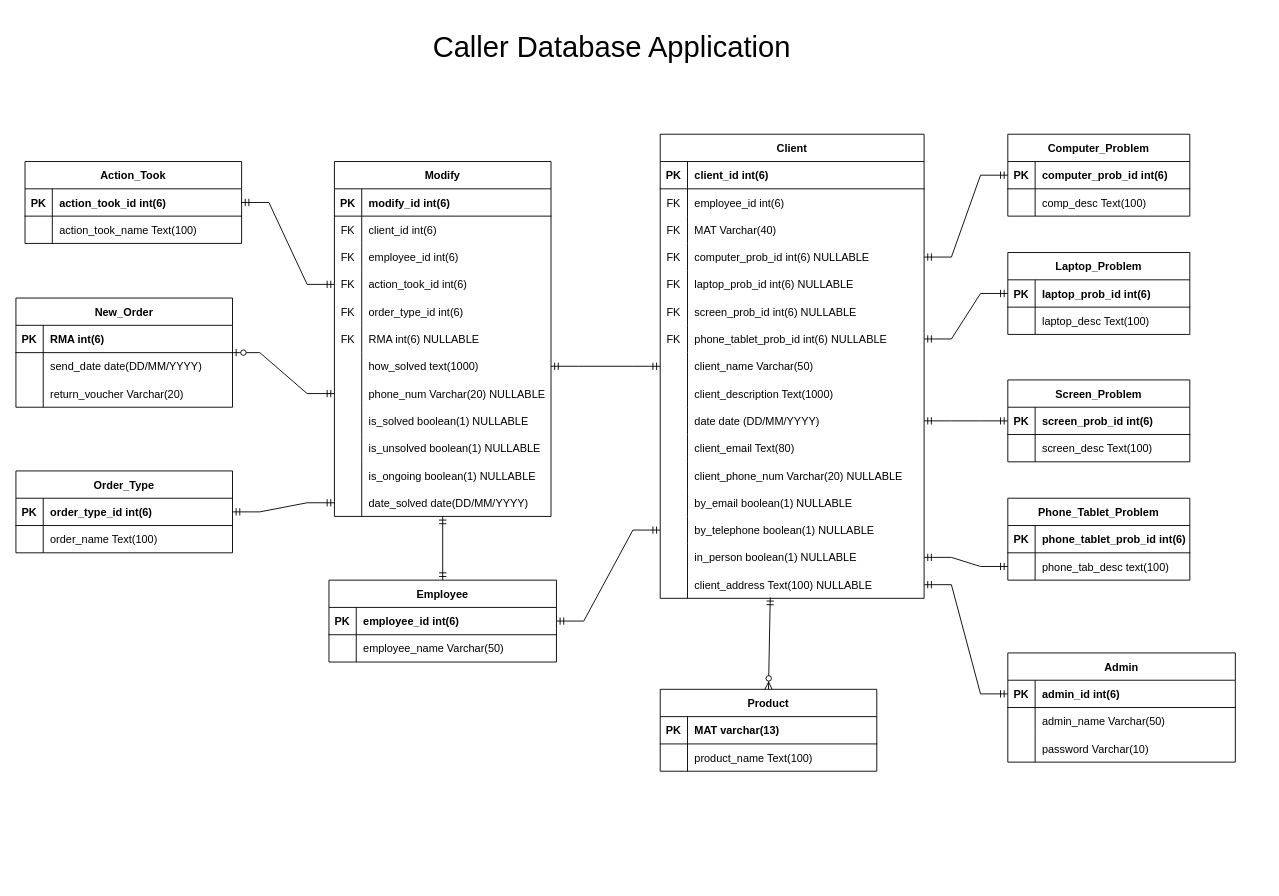
This is deliverable 6/Del6ERD.drawio from D3153/SystemDevTermProject, a draw.io file, before an edit. Source tidied: cells renumbered, new cells numbered last; positions are measured from the earlier drawing's top-left corner, leaving out a move shared by most shapes. Both pictures are drawn from the tidied source at 91%, with x=0, y=0 at pixel (15, 15).
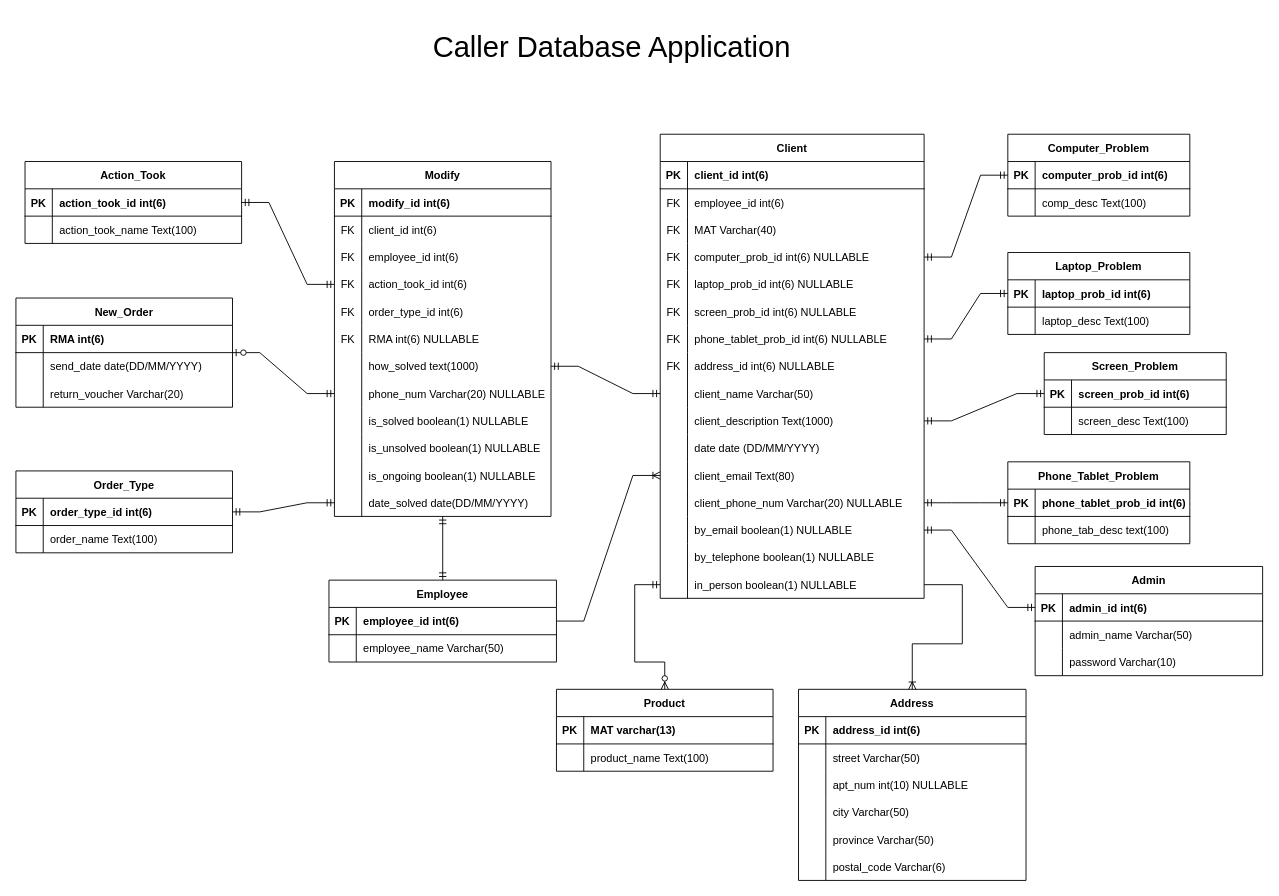
The same diagram, later.

Commit message (it also covers changes not shown here):
Updated del 6 doc and ERD

Unchanged cells that the change refers to:
```xml
<mxCell id="2" value="Client" style="shape=table;startSize=30;childLayout=tableLayout;rowLines=0;fontStyle=1;align=center;" parent="1" vertex="1">
  <mxGeometry x="708" y="130" width="290" height="510" as="geometry" />
</mxCell>
<mxCell id="52" style="shape=partialRectangle;fillColor=none;points=[[0,0.5],[1,0.5]];portConstraint=eastwest;top=0;left=0;right=0;bottom=1;" parent="51" vertex="1">
  <mxGeometry y="30" width="250" height="30" as="geometry" />
</mxCell>
<mxCell id="62" style="shape=partialRectangle;fillColor=none;points=[[0,0.5],[1,0.5]];portConstraint=eastwest;top=0;left=0;right=0;bottom=1;" parent="61" vertex="1">
  <mxGeometry y="30" width="250" height="30" as="geometry" />
</mxCell>
<mxCell id="83" style="shape=partialRectangle;fillColor=none;points=[[0,0.5],[1,0.5]];portConstraint=eastwest;top=0;left=0;right=0;bottom=1;" parent="82" vertex="1">
  <mxGeometry y="30" width="200" height="30" as="geometry" />
</mxCell>
<mxCell id="90" style="shape=partialRectangle;fillColor=none;points=[[0,0.5],[1,0.5]];portConstraint=eastwest;top=0;left=0;right=0;bottom=1;" parent="89" vertex="1">
  <mxGeometry y="30" width="200" height="30" as="geometry" />
</mxCell>
<mxCell id="93" style="shape=partialRectangle;fillColor=none;points=[[0,0.5],[1,0.5]];portConstraint=eastwest;top=0;left=0;right=0;bottom=0;" parent="89" vertex="1">
  <mxGeometry y="60" width="200" height="30" as="geometry" />
</mxCell>
```

The edit, as a diff of the source:
```diff
@@
+    <mxCell id="48" style="shape=partialRectangle;fillColor=none;points=[[0,0.5],[1,0.5]];portConstraint=eastwest;top=0;left=0;right=0;bottom=0;" parent="2" vertex="1">
+      <mxGeometry y="240" width="290" height="30" as="geometry" />
+    </mxCell>
+    <mxCell id="49" value="FK" style="shape=partialRectangle;overflow=hidden;fillColor=none;top=0;left=0;bottom=0;right=0;" parent="48" vertex="1">
+      <mxGeometry width="30" height="30" as="geometry" />
+    </mxCell>
+    <mxCell id="50" value="address_id int(6) NULLABLE" style="shape=partialRectangle;overflow=hidden;fillColor=none;top=0;left=0;bottom=0;right=0;align=left;spacingLeft=6;" parent="48" vertex="1">
+      <mxGeometry x="30" width="260" height="30" as="geometry" />
+    </mxCell>
     <mxCell id="24" style="shape=partialRectangle;fillColor=none;points=[[0,0.5],[1,0.5]];portConstraint=eastwest;top=0;left=0;right=0;bottom=0;" parent="2" vertex="1">
-      <mxGeometry y="240" width="290" height="30" as="geometry" />
+      <mxGeometry y="270" width="290" height="30" as="geometry" />
     </mxCell>
@@
     <mxCell id="27" style="shape=partialRectangle;fillColor=none;points=[[0,0.5],[1,0.5]];portConstraint=eastwest;top=0;left=0;right=0;bottom=0;" parent="2" vertex="1">
-      <mxGeometry y="270" width="290" height="30" as="geometry" />
+      <mxGeometry y="300" width="290" height="30" as="geometry" />
     </mxCell>
@@
     <mxCell id="30" style="shape=partialRectangle;fillColor=none;points=[[0,0.5],[1,0.5]];portConstraint=eastwest;top=0;left=0;right=0;bottom=0;" parent="2" vertex="1">
-      <mxGeometry y="300" width="290" height="30" as="geometry" />
+      <mxGeometry y="330" width="290" height="30" as="geometry" />
     </mxCell>
@@
     <mxCell id="33" style="shape=partialRectangle;fillColor=none;points=[[0,0.5],[1,0.5]];portConstraint=eastwest;top=0;left=0;right=0;bottom=0;" parent="2" vertex="1">
-      <mxGeometry y="330" width="290" height="30" as="geometry" />
+      <mxGeometry y="360" width="290" height="30" as="geometry" />
     </mxCell>
@@
     <mxCell id="36" style="shape=partialRectangle;fillColor=none;points=[[0,0.5],[1,0.5]];portConstraint=eastwest;top=0;left=0;right=0;bottom=0;" parent="2" vertex="1">
-      <mxGeometry y="360" width="290" height="30" as="geometry" />
+      <mxGeometry y="390" width="290" height="30" as="geometry" />
     </mxCell>
@@
     <mxCell id="39" style="shape=tableRow;horizontal=0;startSize=0;swimlaneHead=0;swimlaneBody=0;fillColor=none;points=[[0,0.5],[1,0.5]];portConstraint=eastwest;top=0;left=0;right=0;bottom=0;" parent="2" vertex="1">
-      <mxGeometry y="390" width="290" height="30" as="geometry" />
+      <mxGeometry y="420" width="290" height="30" as="geometry" />
     </mxCell>
@@
     <mxCell id="42" style="shape=tableRow;horizontal=0;startSize=0;swimlaneHead=0;swimlaneBody=0;fillColor=none;points=[[0,0.5],[1,0.5]];portConstraint=eastwest;top=0;left=0;right=0;bottom=0;" parent="2" vertex="1">
-      <mxGeometry y="420" width="290" height="30" as="geometry" />
+      <mxGeometry y="450" width="290" height="30" as="geometry" />
     </mxCell>
@@
     <mxCell id="45" style="shape=partialRectangle;fillColor=none;points=[[0,0.5],[1,0.5]];portConstraint=eastwest;top=0;left=0;right=0;bottom=0;" parent="2" vertex="1">
-      <mxGeometry y="450" width="290" height="30" as="geometry" />
+      <mxGeometry y="480" width="290" height="30" as="geometry" />
     </mxCell>
@@
-    <mxCell id="48" style="shape=partialRectangle;fillColor=none;points=[[0,0.5],[1,0.5]];portConstraint=eastwest;top=0;left=0;right=0;bottom=0;" parent="2" vertex="1">
-      <mxGeometry y="480" width="290" height="30" as="geometry" />
-    </mxCell>
-    <mxCell id="49" style="shape=partialRectangle;overflow=hidden;fillColor=none;top=0;left=0;bottom=0;right=0;" parent="48" vertex="1">
-      <mxGeometry width="30" height="30" as="geometry" />
-    </mxCell>
-    <mxCell id="50" value="client_address Text(100) NULLABLE" style="shape=partialRectangle;overflow=hidden;fillColor=none;top=0;left=0;bottom=0;right=0;align=left;spacingLeft=6;" parent="48" vertex="1">
-      <mxGeometry x="30" width="260" height="30" as="geometry" />
-    </mxCell>
     <mxCell id="51" value="Admin" style="shape=table;startSize=30;childLayout=tableLayout;rowLines=0;fontStyle=1;align=center;" parent="1" vertex="1">
-      <mxGeometry x="1090" y="700" width="250" height="120" as="geometry" />
+      <mxGeometry x="1120" y="605" width="250" height="120" as="geometry" />
     </mxCell>
@@
     <mxCell id="82" value="Screen_Problem" style="shape=table;startSize=30;childLayout=tableLayout;rowLines=0;fontStyle=1;align=center;" parent="1" vertex="1">
-      <mxGeometry x="1090" y="400" width="200" height="90" as="geometry" />
+      <mxGeometry x="1130" y="370" width="200" height="90" as="geometry" />
     </mxCell>
@@
     <mxCell id="89" value="Phone_Tablet_Problem" style="shape=table;startSize=30;childLayout=tableLayout;rowLines=0;fontStyle=1;align=center;" parent="1" vertex="1">
-      <mxGeometry x="1090" y="530" width="200" height="90" as="geometry" />
+      <mxGeometry x="1090" y="490" width="200" height="90" as="geometry" />
     </mxCell>
@@
     <mxCell id="110" value="Product" style="shape=table;startSize=30;childLayout=tableLayout;rowLines=0;fontStyle=1;align=center;" parent="1" vertex="1">
-      <mxGeometry x="708" y="740" width="238" height="90" as="geometry" />
+      <mxGeometry x="594" y="740" width="238" height="90" as="geometry" />
     </mxCell>
@@
-    <mxCell id="168" style="fontSize=12;html=1;endArrow=ERzeroToMany;startArrow=ERmandOne;rounded=0;entryX=0.5;entryY=0;entryDx=0;entryDy=0;exitX=0.417;exitY=0.967;exitDx=0;exitDy=0;exitPerimeter=0;" parent="1" edge="1" source="48" target="110">
-      <mxGeometry relative="1" as="geometry" />
+    <mxCell id="168" style="fontSize=12;html=1;endArrow=ERzeroToMany;startArrow=ERmandOne;rounded=0;entryX=0.5;entryY=0;entryDx=0;entryDy=0;edgeStyle=orthogonalEdgeStyle;exitX=0;exitY=0.5;exitDx=0;exitDy=0;" parent="1" edge="1" source="45" target="110">
+      <mxGeometry relative="1" as="geometry">
+        <Array as="points">
+          <mxPoint x="680" y="625" />
+          <mxPoint x="680" y="710" />
+          <mxPoint x="713" y="710" />
+        </Array>
+      </mxGeometry>
     </mxCell>
@@
-    <mxCell id="171" style="edgeStyle=entityRelationEdgeStyle;fontSize=12;html=1;endArrow=ERmandOne;startArrow=ERmandOne;rounded=0;entryX=1;entryY=0.5;entryDx=0;entryDy=0;exitX=0;exitY=0.5;exitDx=0;exitDy=0;" parent="1" edge="1" source="83" target="30">
+    <mxCell id="171" style="edgeStyle=entityRelationEdgeStyle;fontSize=12;html=1;endArrow=ERmandOne;startArrow=ERmandOne;rounded=0;entryX=1;entryY=0.5;entryDx=0;entryDy=0;exitX=0;exitY=0.5;exitDx=0;exitDy=0;" parent="1" edge="1" source="83" target="27">
       <mxGeometry relative="1" as="geometry" />
     </mxCell>
-    <mxCell id="172" style="edgeStyle=entityRelationEdgeStyle;fontSize=12;html=1;endArrow=ERmandOne;startArrow=ERmandOne;rounded=0;entryX=1;entryY=0.5;entryDx=0;entryDy=0;exitX=0;exitY=0.5;exitDx=0;exitDy=0;" parent="1" edge="1" source="93" target="45">
+    <mxCell id="172" style="edgeStyle=entityRelationEdgeStyle;fontSize=12;html=1;endArrow=ERmandOne;startArrow=ERmandOne;rounded=0;entryX=1;entryY=0.5;entryDx=0;entryDy=0;exitX=0;exitY=0.5;exitDx=0;exitDy=0;" parent="1" edge="1" source="90" target="36">
       <mxGeometry relative="1" as="geometry" />
     </mxCell>
@@
-    <mxCell id="174" style="edgeStyle=entityRelationEdgeStyle;fontSize=12;html=1;endArrow=ERmandOne;startArrow=ERmandOne;rounded=0;entryX=0;entryY=0.5;entryDx=0;entryDy=0;exitX=1;exitY=0.5;exitDx=0;exitDy=0;" parent="1" edge="1" source="62" target="42">
-      <mxGeometry relative="1" as="geometry" />
-    </mxCell>
@@
-    <mxCell id="176" style="edgeStyle=entityRelationEdgeStyle;fontSize=12;html=1;endArrow=ERmandOne;startArrow=ERmandOne;rounded=0;exitX=0;exitY=0.5;exitDx=0;exitDy=0;" parent="1" edge="1" source="52" target="48">
+    <mxCell id="176" style="edgeStyle=entityRelationEdgeStyle;fontSize=12;html=1;endArrow=ERmandOne;startArrow=ERmandOne;rounded=0;exitX=0;exitY=0.5;exitDx=0;exitDy=0;entryX=1;entryY=0.5;entryDx=0;entryDy=0;" parent="1" edge="1" source="52" target="39">
       <mxGeometry relative="1" as="geometry" />
     </mxCell>
+    <mxCell id="177" value="Address" style="shape=table;startSize=30;childLayout=tableLayout;rowLines=0;fontStyle=1;align=center;" parent="1" vertex="1">
+      <mxGeometry x="860" y="740" width="250" height="210" as="geometry" />
+    </mxCell>
+    <mxCell id="178" style="shape=partialRectangle;fillColor=none;top=0;left=0;right=0;bottom=1;" parent="177" vertex="1">
+      <mxGeometry y="30" width="250" height="30" as="geometry" />
+    </mxCell>
+    <mxCell id="179" value="PK" style="shape=partialRectangle;overflow=hidden;fillColor=none;top=0;left=0;bottom=0;right=0;fontStyle=1;" parent="178" vertex="1">
+      <mxGeometry width="30" height="30" as="geometry" />
+    </mxCell>
+    <mxCell id="180" value="address_id int(6)" style="shape=partialRectangle;overflow=hidden;fillColor=none;top=0;left=0;bottom=0;right=0;align=left;spacingLeft=6;fontStyle=1;" parent="178" vertex="1">
+      <mxGeometry x="30" width="220" height="30" as="geometry" />
+    </mxCell>
+    <mxCell id="181" style="shape=tableRow;horizontal=0;startSize=0;swimlaneHead=0;swimlaneBody=0;fillColor=none;top=0;left=0;right=0;bottom=0;" parent="177" vertex="1">
+      <mxGeometry y="60" width="250" height="30" as="geometry" />
+    </mxCell>
+    <mxCell id="182" style="shape=partialRectangle;fillColor=none;top=0;left=0;bottom=0;right=0;overflow=hidden;" parent="181" vertex="1">
+      <mxGeometry width="30" height="30" as="geometry" />
+    </mxCell>
+    <mxCell id="183" value="street Varchar(50)" style="shape=partialRectangle;fillColor=none;top=0;left=0;bottom=0;right=0;align=left;spacingLeft=6;overflow=hidden;" parent="181" vertex="1">
+      <mxGeometry x="30" width="220" height="30" as="geometry" />
+    </mxCell>
+    <mxCell id="184" style="shape=tableRow;horizontal=0;startSize=0;swimlaneHead=0;swimlaneBody=0;fillColor=none;top=0;left=0;right=0;bottom=0;" parent="177" vertex="1">
+      <mxGeometry y="90" width="250" height="30" as="geometry" />
+    </mxCell>
+    <mxCell id="185" style="shape=partialRectangle;fillColor=none;top=0;left=0;bottom=0;right=0;overflow=hidden;" parent="184" vertex="1">
+      <mxGeometry width="30" height="30" as="geometry" />
+    </mxCell>
+    <mxCell id="186" value="apt_num int(10) NULLABLE" style="shape=partialRectangle;fillColor=none;top=0;left=0;bottom=0;right=0;align=left;spacingLeft=6;overflow=hidden;" parent="184" vertex="1">
+      <mxGeometry x="30" width="220" height="30" as="geometry" />
+    </mxCell>
+    <mxCell id="187" style="shape=partialRectangle;fillColor=none;top=0;left=0;right=0;bottom=0;" parent="177" vertex="1">
+      <mxGeometry y="120" width="250" height="30" as="geometry" />
+    </mxCell>
+    <mxCell id="188" style="shape=partialRectangle;overflow=hidden;fillColor=none;top=0;left=0;bottom=0;right=0;" parent="187" vertex="1">
+      <mxGeometry width="30" height="30" as="geometry" />
+    </mxCell>
+    <mxCell id="189" value="city Varchar(50)" style="shape=partialRectangle;overflow=hidden;fillColor=none;top=0;left=0;bottom=0;right=0;align=left;spacingLeft=6;" parent="187" vertex="1">
+      <mxGeometry x="30" width="220" height="30" as="geometry" />
+    </mxCell>
+    <mxCell id="190" style="shape=tableRow;horizontal=0;startSize=0;swimlaneHead=0;swimlaneBody=0;fillColor=none;top=0;left=0;right=0;bottom=0;" parent="177" vertex="1">
+      <mxGeometry y="150" width="250" height="30" as="geometry" />
+    </mxCell>
+    <mxCell id="191" style="shape=partialRectangle;fillColor=none;top=0;left=0;bottom=0;right=0;overflow=hidden;" parent="190" vertex="1">
+      <mxGeometry width="30" height="30" as="geometry" />
+    </mxCell>
+    <mxCell id="192" value="province Varchar(50)" style="shape=partialRectangle;fillColor=none;top=0;left=0;bottom=0;right=0;align=left;spacingLeft=6;overflow=hidden;" parent="190" vertex="1">
+      <mxGeometry x="30" width="220" height="30" as="geometry" />
+    </mxCell>
+    <mxCell id="193" style="shape=tableRow;horizontal=0;startSize=0;swimlaneHead=0;swimlaneBody=0;fillColor=none;top=0;left=0;right=0;bottom=0;" parent="177" vertex="1">
+      <mxGeometry y="180" width="250" height="30" as="geometry" />
+    </mxCell>
+    <mxCell id="194" style="shape=partialRectangle;fillColor=none;top=0;left=0;bottom=0;right=0;overflow=hidden;" parent="193" vertex="1">
+      <mxGeometry width="30" height="30" as="geometry" />
+    </mxCell>
+    <mxCell id="195" value="postal_code Varchar(6)" style="shape=partialRectangle;fillColor=none;top=0;left=0;bottom=0;right=0;align=left;spacingLeft=6;overflow=hidden;" parent="193" vertex="1">
+      <mxGeometry x="30" width="220" height="30" as="geometry" />
+    </mxCell>
+    <mxCell id="196" style="edgeStyle=entityRelationEdgeStyle;fontSize=12;html=1;endArrow=ERoneToMany;rounded=0;entryX=0;entryY=0.5;entryDx=0;entryDy=0;" parent="1" edge="1" source="62" target="33">
+      <mxGeometry relative="1" as="geometry" />
+    </mxCell>
+    <mxCell id="197" style="edgeStyle=orthogonalEdgeStyle;fontSize=12;html=1;endArrow=ERoneToMany;rounded=0;exitX=1;exitY=0.5;exitDx=0;exitDy=0;entryX=0.5;entryY=0;entryDx=0;entryDy=0;" parent="1" edge="1" source="45" target="177">
+      <mxGeometry relative="1" as="geometry">
+        <Array as="points">
+          <mxPoint x="1040" y="625" />
+          <mxPoint x="1040" y="690" />
+          <mxPoint x="985" y="690" />
+        </Array>
+      </mxGeometry>
+    </mxCell>
```
